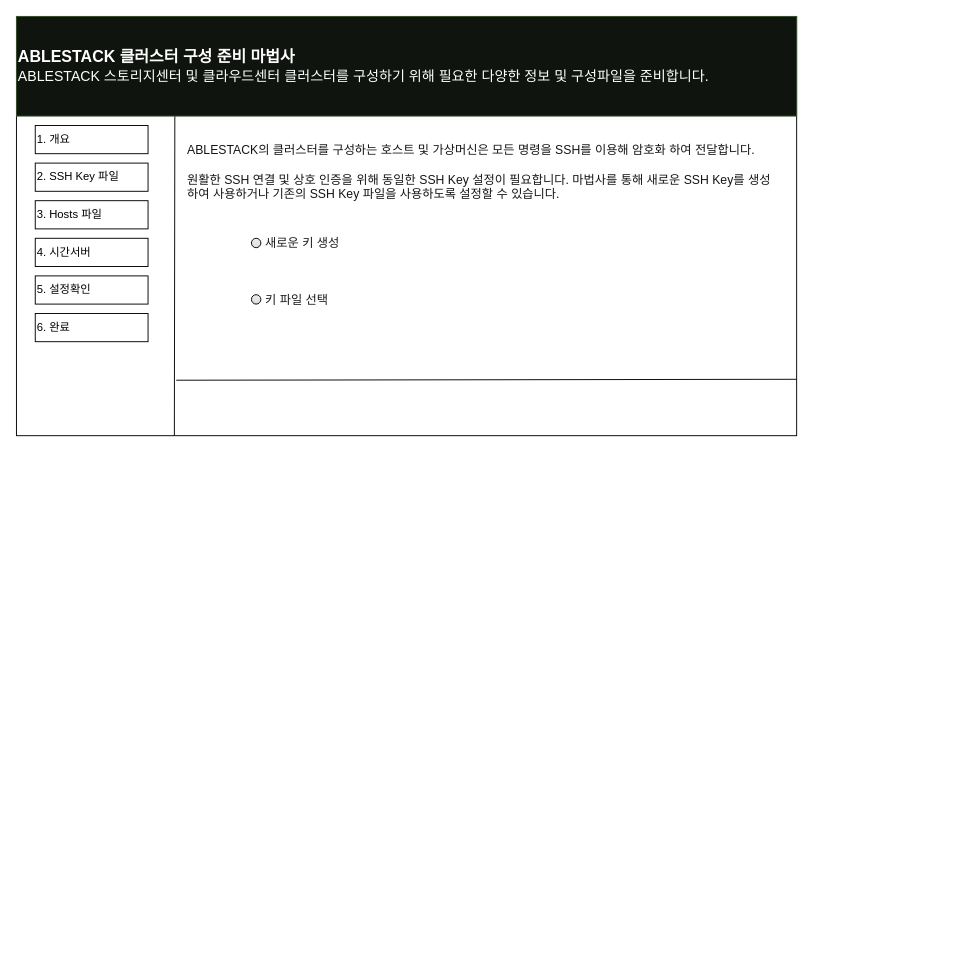
stardom3645/wiki keeps this draw.io diagram as development-cockpit-hw.drawio. Above is the earlier version. Source tidied: cells renumbered, new cells numbered last; positions are measured from the earlier drawing's top-left corner, leaving out a move shared by most shapes. Both pictures are drawn from the tidied source at 94%, with x=0, y=0 at pixel (16, 16).
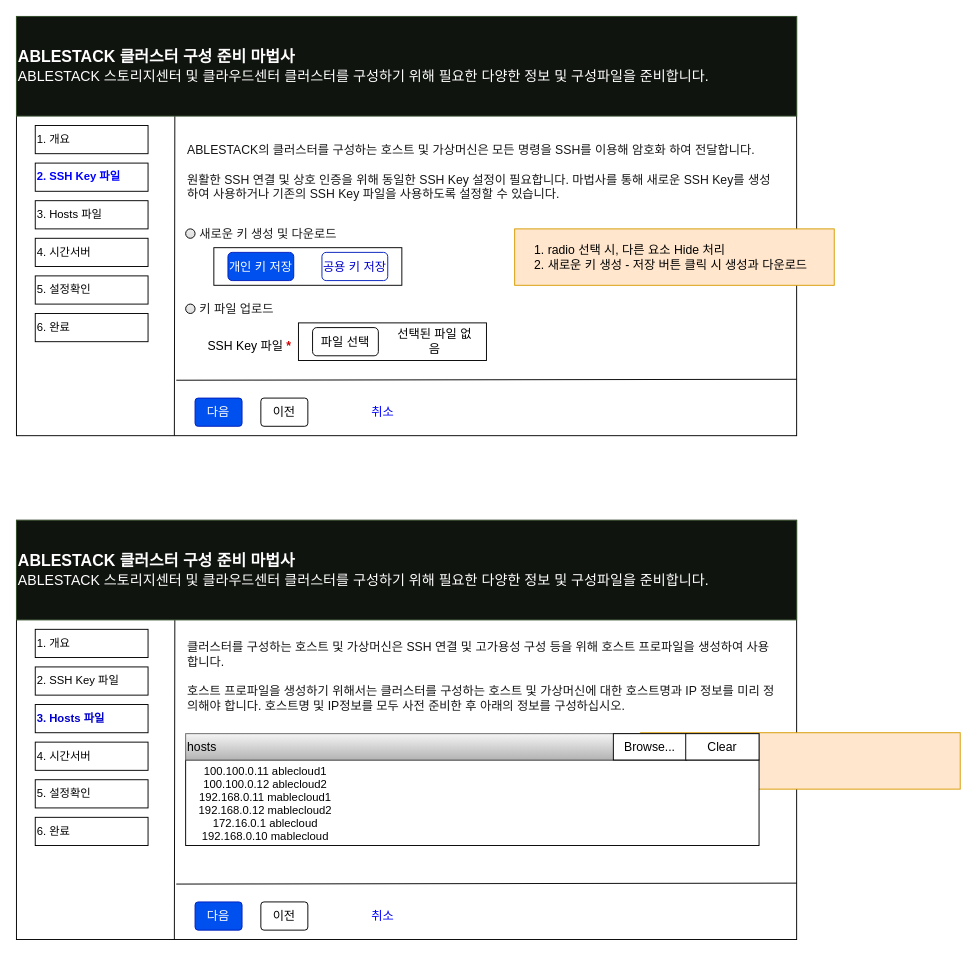
After the change.

The edit, as a diff of the source:
```diff
@@
-    <mxCell id="5" value="2. SSH Key 파일" style="rounded=0;whiteSpace=wrap;html=1;align=left;" parent="1" vertex="1">
+    <mxCell id="5" value="&lt;b&gt;2. SSH Key 파일&lt;/b&gt;" style="rounded=0;whiteSpace=wrap;html=1;align=left;fontColor=#0000FF;" parent="1" vertex="1">
       <mxGeometry x="20" y="156" width="120" height="30" as="geometry" />
     </mxCell>
@@
-    <mxCell id="13" value="새로운 키 생성" style="html=1;shadow=0;dashed=0;shape=mxgraph.bootstrap.radioButton2;labelPosition=right;verticalLabelPosition=middle;align=left;verticalAlign=middle;gradientColor=#DEDEDE;fillColor=#EDEDED;checked=0;spacing=5;checkedFill=#0085FC;checkedStroke=#ffffff;labelBackgroundColor=none;fontSize=13;fontColor=#1C1C1C;" parent="1" vertex="1">
-      <mxGeometry x="250" y="236" width="10" height="10" as="geometry" />
+    <mxCell id="13" value="새로운 키 생성 및 다운로드" style="html=1;shadow=0;dashed=0;shape=mxgraph.bootstrap.radioButton2;labelPosition=right;verticalLabelPosition=middle;align=left;verticalAlign=middle;gradientColor=#DEDEDE;fillColor=#EDEDED;checked=0;spacing=5;checkedFill=#0085FC;checkedStroke=#ffffff;labelBackgroundColor=#ffffff;fontSize=13;fontColor=#1C1C1C;" parent="1" vertex="1">
+      <mxGeometry x="180" y="226" width="10" height="10" as="geometry" />
     </mxCell>
-    <mxCell id="14" value="키 파일 선택" style="html=1;shadow=0;dashed=0;shape=mxgraph.bootstrap.radioButton2;labelPosition=right;verticalLabelPosition=middle;align=left;verticalAlign=middle;gradientColor=#DEDEDE;fillColor=#EDEDED;checked=0;spacing=5;checkedFill=#0085FC;checkedStroke=#ffffff;labelBackgroundColor=none;fontSize=13;fontColor=#1C1C1C;" parent="1" vertex="1">
-      <mxGeometry x="250" y="296" width="10" height="10" as="geometry" />
+    <mxCell id="14" value="키 파일 업로드" style="html=1;shadow=0;dashed=0;shape=mxgraph.bootstrap.radioButton2;labelPosition=right;verticalLabelPosition=middle;align=left;verticalAlign=middle;gradientColor=#DEDEDE;fillColor=#EDEDED;checked=0;spacing=5;checkedFill=#0085FC;checkedStroke=#ffffff;labelBackgroundColor=none;fontSize=13;fontColor=#1C1C1C;" parent="1" vertex="1">
+      <mxGeometry x="180" y="306" width="10" height="10" as="geometry" />
     </mxCell>
+    <mxCell id="15" style="rounded=0;whiteSpace=wrap;html=1;labelBackgroundColor=none;fontSize=13;align=left;labelBorderColor=none;" parent="1" vertex="1">
+      <mxGeometry x="210" y="246" width="200" height="40" as="geometry" />
+    </mxCell>
+    <mxCell id="16" value="개인 키 저장" style="rounded=1;whiteSpace=wrap;html=1;labelBackgroundColor=none;strokeColor=#001DBC;fillColor=#0050ef;fontSize=13;fontColor=#ffffff;align=center;" parent="1" vertex="1">
+      <mxGeometry x="225" y="251" width="70" height="30" as="geometry" />
+    </mxCell>
+    <mxCell id="17" value="공용 키 저장" style="rounded=1;whiteSpace=wrap;html=1;labelBackgroundColor=none;strokeColor=#001DBC;fontSize=13;align=center;fillColor=#FFFFFF;fontColor=#0000CC;" parent="1" vertex="1">
+      <mxGeometry x="325" y="251" width="70" height="30" as="geometry" />
+    </mxCell>
+    <mxCell id="18" style="rounded=0;whiteSpace=wrap;html=1;labelBackgroundColor=none;fontSize=13;align=left;labelBorderColor=none;" parent="1" vertex="1">
+      <mxGeometry x="300" y="326" width="200" height="40" as="geometry" />
+    </mxCell>
+    <mxCell id="19" value="파일 선택" style="rounded=1;whiteSpace=wrap;html=1;labelBackgroundColor=none;strokeColor=#000000;fillColor=#ffffff;fontSize=13;fontColor=#000000;align=center;" parent="1" vertex="1">
+      <mxGeometry x="315" y="331" width="70" height="30" as="geometry" />
+    </mxCell>
+    <mxCell id="20" value="선택된 파일 없음" style="text;html=1;strokeColor=none;fillColor=none;align=center;verticalAlign=middle;whiteSpace=wrap;rounded=0;labelBackgroundColor=none;fontSize=13;fontColor=#000000;" parent="1" vertex="1">
+      <mxGeometry x="400" y="336" width="90" height="20" as="geometry" />
+    </mxCell>
+    <mxCell id="21" value="SSH Key 파일 &lt;font color=&quot;#cc0000&quot;&gt;&lt;b&gt;*&lt;/b&gt;&lt;/font&gt;&amp;nbsp;" style="text;html=1;strokeColor=none;fillColor=none;align=center;verticalAlign=middle;whiteSpace=wrap;rounded=0;labelBackgroundColor=none;fontSize=13;fontColor=#000000;" parent="1" vertex="1">
+      <mxGeometry x="200" y="339.5" width="100" height="20" as="geometry" />
+    </mxCell>
+    <mxCell id="22" value="&lt;div style=&quot;text-align: left&quot;&gt;&lt;span&gt;1. radio 선택 시, 다른 요소 Hide 처리&lt;/span&gt;&lt;/div&gt;&lt;span&gt;&lt;div style=&quot;text-align: left&quot;&gt;&lt;span&gt;2. 새로운 키 생성 - 저장 버튼 클릭 시 생성과 다운로드&amp;nbsp;&amp;nbsp;&lt;/span&gt;&lt;/div&gt;&lt;/span&gt;" style="rounded=0;whiteSpace=wrap;html=1;labelBackgroundColor=none;strokeColor=#d79b00;fillColor=#ffe6cc;fontSize=13;align=center;" parent="1" vertex="1">
+      <mxGeometry x="530" y="226" width="340" height="60" as="geometry" />
+    </mxCell>
+    <mxCell id="23" value="다음" style="rounded=1;whiteSpace=wrap;html=1;labelBackgroundColor=none;strokeColor=#001DBC;fillColor=#0050ef;fontSize=13;fontColor=#ffffff;align=center;arcSize=11;" parent="1" vertex="1">
+      <mxGeometry x="190" y="406" width="50" height="30" as="geometry" />
+    </mxCell>
+    <mxCell id="24" value="이전" style="rounded=1;whiteSpace=wrap;html=1;labelBackgroundColor=none;strokeColor=#000000;fillColor=#ffffff;fontSize=13;fontColor=#000000;align=center;arcSize=11;" parent="1" vertex="1">
+      <mxGeometry x="260" y="406" width="50" height="30" as="geometry" />
+    </mxCell>
+    <mxCell id="25" value="취소" style="text;html=1;strokeColor=none;fillColor=none;align=center;verticalAlign=middle;whiteSpace=wrap;rounded=0;labelBackgroundColor=none;fontSize=13;fontColor=#0000FF;" parent="1" vertex="1">
+      <mxGeometry x="370" y="411" width="40" height="20" as="geometry" />
+    </mxCell>
+    <mxCell id="26" style="rounded=0;whiteSpace=wrap;html=1;" parent="1" vertex="1">
+      <mxGeometry y="536" width="830" height="446" as="geometry" />
+    </mxCell>
+    <mxCell id="27" value="&lt;div style=&quot;&quot;&gt;&lt;font style=&quot;font-size: 17px&quot;&gt;&lt;b&gt;ABLESTACK 클러스터 구성 준비 마법사&lt;/b&gt;&lt;/font&gt;&lt;/div&gt;&lt;div style=&quot;font-size: 15px;&quot;&gt;&lt;font style=&quot;font-size: 15px&quot;&gt;ABLESTACK 스토리지센터 및 클라우드센터 클러스터를 구성하기 위해 필요한 다양한 정보 및 구성파일을 준비합니다.&lt;/font&gt;&lt;/div&gt;" style="text;html=1;strokeColor=#3A5431;align=left;verticalAlign=middle;whiteSpace=wrap;rounded=0;labelBackgroundColor=none;fontColor=#ffffff;fillColor=#10140F;" parent="1" vertex="1">
+      <mxGeometry y="536" width="830" height="106" as="geometry" />
+    </mxCell>
+    <mxCell id="28" value="1. 개요" style="rounded=0;whiteSpace=wrap;html=1;align=left;" parent="1" vertex="1">
+      <mxGeometry x="20" y="652" width="120" height="30" as="geometry" />
+    </mxCell>
+    <mxCell id="29" value="&lt;span style=&quot;font-weight: normal&quot;&gt;&lt;font color=&quot;#000000&quot;&gt;2. SSH Key 파일&lt;/font&gt;&lt;/span&gt;" style="rounded=0;whiteSpace=wrap;html=1;align=left;fontColor=#0000FF;fontStyle=1;" parent="1" vertex="1">
+      <mxGeometry x="20" y="692" width="120" height="30" as="geometry" />
+    </mxCell>
+    <mxCell id="30" value="&lt;b&gt;&lt;font color=&quot;#0000cc&quot;&gt;3. Hosts 파일&lt;/font&gt;&lt;/b&gt;" style="rounded=0;whiteSpace=wrap;html=1;align=left;" parent="1" vertex="1">
+      <mxGeometry x="20" y="732" width="120" height="30" as="geometry" />
+    </mxCell>
+    <mxCell id="31" value="5. 설정확인" style="rounded=0;whiteSpace=wrap;html=1;align=left;" parent="1" vertex="1">
+      <mxGeometry x="20" y="812" width="120" height="30" as="geometry" />
+    </mxCell>
+    <mxCell id="32" value="4. 시간서버" style="rounded=0;whiteSpace=wrap;html=1;align=left;" parent="1" vertex="1">
+      <mxGeometry x="20" y="772" width="120" height="30" as="geometry" />
+    </mxCell>
+    <mxCell id="33" value="6. 완료" style="rounded=0;whiteSpace=wrap;html=1;align=left;" parent="1" vertex="1">
+      <mxGeometry x="20" y="852" width="120" height="30" as="geometry" />
+    </mxCell>
+    <mxCell id="34" style="endArrow=none;html=1;fontColor=#FCFCFC;entryX=0.203;entryY=1.003;entryDx=0;entryDy=0;entryPerimeter=0;" parent="1" edge="1" target="27">
+      <mxGeometry relative="1" as="geometry">
+        <mxPoint x="168" y="982" as="sourcePoint" />
+      </mxGeometry>
+    </mxCell>
+    <mxCell id="35" style="endArrow=none;html=1;fontColor=#FCFCFC;" parent="1" edge="1">
+      <mxGeometry relative="1" as="geometry">
+        <mxPoint x="170" y="923" as="sourcePoint" />
+        <mxPoint x="830" y="922" as="targetPoint" />
+      </mxGeometry>
+    </mxCell>
+    <mxCell id="36" value="&lt;font style=&quot;font-size: 13px&quot;&gt;&lt;span style=&quot;color: rgb(21 , 21 , 21) ; font-family: &amp;#34;redhattext&amp;#34; , &amp;#34;overpass&amp;#34; , &amp;#34;overpass&amp;#34; , &amp;#34;helvetica&amp;#34; , &amp;#34;arial&amp;#34; , sans-serif ; background-color: rgb(255 , 255 , 255)&quot;&gt;클러스터를 구성하는 호스트 및 가상머신은 SSH 연결 및 고가용성 구성 등을 위해 호스트 프로파일을 생성하여 사용합니다.&lt;/span&gt;&lt;br style=&quot;box-sizing: border-box ; color: rgb(21 , 21 , 21) ; font-family: &amp;#34;redhattext&amp;#34; , &amp;#34;overpass&amp;#34; , &amp;#34;overpass&amp;#34; , &amp;#34;helvetica&amp;#34; , &amp;#34;arial&amp;#34; , sans-serif ; background-color: rgb(255 , 255 , 255)&quot;&gt;&lt;br style=&quot;box-sizing: border-box ; color: rgb(21 , 21 , 21) ; font-family: &amp;#34;redhattext&amp;#34; , &amp;#34;overpass&amp;#34; , &amp;#34;overpass&amp;#34; , &amp;#34;helvetica&amp;#34; , &amp;#34;arial&amp;#34; , sans-serif ; background-color: rgb(255 , 255 , 255)&quot;&gt;&lt;span style=&quot;color: rgb(21 , 21 , 21) ; font-family: &amp;#34;redhattext&amp;#34; , &amp;#34;overpass&amp;#34; , &amp;#34;overpass&amp;#34; , &amp;#34;helvetica&amp;#34; , &amp;#34;arial&amp;#34; , sans-serif ; background-color: rgb(255 , 255 , 255)&quot;&gt;호스트 프로파일을 생성하기 위해서는 클러스터를 구성하는 호스트 및 가상머신에 대한 호스트명과 IP 정보를 미리 정의해야 합니다. 호스트명 및 IP정보를 모두 사전 준비한 후 아래의 정보를 구성하십시오.&lt;/span&gt;&lt;/font&gt;" style="text;html=1;strokeColor=none;fillColor=none;align=left;verticalAlign=middle;whiteSpace=wrap;rounded=0;labelBackgroundColor=none;fontColor=#1C1C1C;fontSize=13;" parent="1" vertex="1">
+      <mxGeometry x="180" y="652" width="630" height="100" as="geometry" />
+    </mxCell>
+    <mxCell id="37" value="다음" style="rounded=1;whiteSpace=wrap;html=1;labelBackgroundColor=none;strokeColor=#001DBC;fillColor=#0050ef;fontSize=13;fontColor=#ffffff;align=center;arcSize=11;" parent="1" vertex="1">
+      <mxGeometry x="190" y="942" width="50" height="30" as="geometry" />
+    </mxCell>
+    <mxCell id="38" value="이전" style="rounded=1;whiteSpace=wrap;html=1;labelBackgroundColor=none;strokeColor=#000000;fillColor=#ffffff;fontSize=13;fontColor=#000000;align=center;arcSize=11;" parent="1" vertex="1">
+      <mxGeometry x="260" y="942" width="50" height="30" as="geometry" />
+    </mxCell>
+    <mxCell id="39" value="취소" style="text;html=1;strokeColor=none;fillColor=none;align=center;verticalAlign=middle;whiteSpace=wrap;rounded=0;labelBackgroundColor=none;fontSize=13;fontColor=#0000FF;" parent="1" vertex="1">
+      <mxGeometry x="370" y="947" width="40" height="20" as="geometry" />
+    </mxCell>
+    <mxCell id="40" value="&lt;div style=&quot;text-align: left&quot;&gt;&lt;br&gt;&lt;/div&gt;" style="rounded=0;whiteSpace=wrap;html=1;labelBackgroundColor=none;strokeColor=#d79b00;fillColor=#ffe6cc;fontSize=13;align=center;" parent="1" vertex="1">
+      <mxGeometry x="664" y="762" width="340" height="60" as="geometry" />
+    </mxCell>
+    <mxCell id="41" style="rounded=0;whiteSpace=wrap;html=1;labelBackgroundColor=#080808;strokeColor=#000000;fillColor=#FFFFFF;fontSize=13;fontColor=#0000CC;align=center;" parent="1" vertex="1">
+      <mxGeometry x="180" y="791" width="610" height="91" as="geometry" />
+    </mxCell>
+    <mxCell id="42" value="hosts" style="rounded=0;whiteSpace=wrap;html=1;labelBackgroundColor=none;strokeColor=#666666;fillColor=#f5f5f5;fontSize=13;align=left;gradientColor=#b3b3b3;" parent="1" vertex="1">
+      <mxGeometry x="180" y="763" width="610" height="28" as="geometry" />
+    </mxCell>
+    <mxCell id="43" value="&lt;font color=&quot;#000000&quot;&gt;Browse...&lt;/font&gt;" style="rounded=0;whiteSpace=wrap;html=1;labelBackgroundColor=none;strokeColor=#000000;fillColor=#FFFFFF;fontSize=13;fontColor=#0000CC;align=center;" parent="1" vertex="1">
+      <mxGeometry x="635" y="763" width="78" height="28" as="geometry" />
+    </mxCell>
+    <mxCell id="44" value="&lt;font color=&quot;#000000&quot;&gt;Clear&lt;/font&gt;" style="rounded=0;whiteSpace=wrap;html=1;labelBackgroundColor=none;strokeColor=#000000;fillColor=#FFFFFF;fontSize=13;fontColor=#0000CC;align=center;" parent="1" vertex="1">
+      <mxGeometry x="712" y="763" width="78" height="28" as="geometry" />
+    </mxCell>
+    <mxCell id="45" value="&lt;p class=&quot;p1&quot; style=&quot;margin: 0px ; font-stretch: normal ; font-size: 12px ; line-height: normal ; color: rgb(0 , 0 , 0)&quot;&gt;100.100.0.11 ablecloud1&lt;/p&gt;&lt;p class=&quot;p1&quot; style=&quot;margin: 0px ; font-stretch: normal ; font-size: 12px ; line-height: normal ; color: rgb(0 , 0 , 0)&quot;&gt;100.100.0.12 ablecloud2&lt;/p&gt;&lt;p class=&quot;p1&quot; style=&quot;margin: 0px ; font-stretch: normal ; font-size: 12px ; line-height: normal ; color: rgb(0 , 0 , 0)&quot;&gt;192.168.0.11 mablecloud1&lt;/p&gt;&lt;p class=&quot;p1&quot; style=&quot;margin: 0px ; font-stretch: normal ; font-size: 12px ; line-height: normal ; color: rgb(0 , 0 , 0)&quot;&gt;192.168.0.12 mablecloud2&lt;/p&gt;&lt;p class=&quot;p1&quot; style=&quot;margin: 0px ; font-stretch: normal ; font-size: 12px ; line-height: normal ; color: rgb(0 , 0 , 0)&quot;&gt;172.16.0.1 ablecloud&lt;/p&gt;&lt;p class=&quot;p1&quot; style=&quot;margin: 0px ; font-stretch: normal ; font-size: 12px ; line-height: normal ; color: rgb(0 , 0 , 0)&quot;&gt;192.168.0.10 mablecloud&lt;/p&gt;" style="text;html=1;strokeColor=none;fillColor=none;align=center;verticalAlign=middle;whiteSpace=wrap;rounded=0;labelBackgroundColor=none;fontSize=13;fontColor=#0000CC;" parent="1" vertex="1">
+      <mxGeometry x="188" y="826.5" width="154" height="20" as="geometry" />
+    </mxCell>
```
